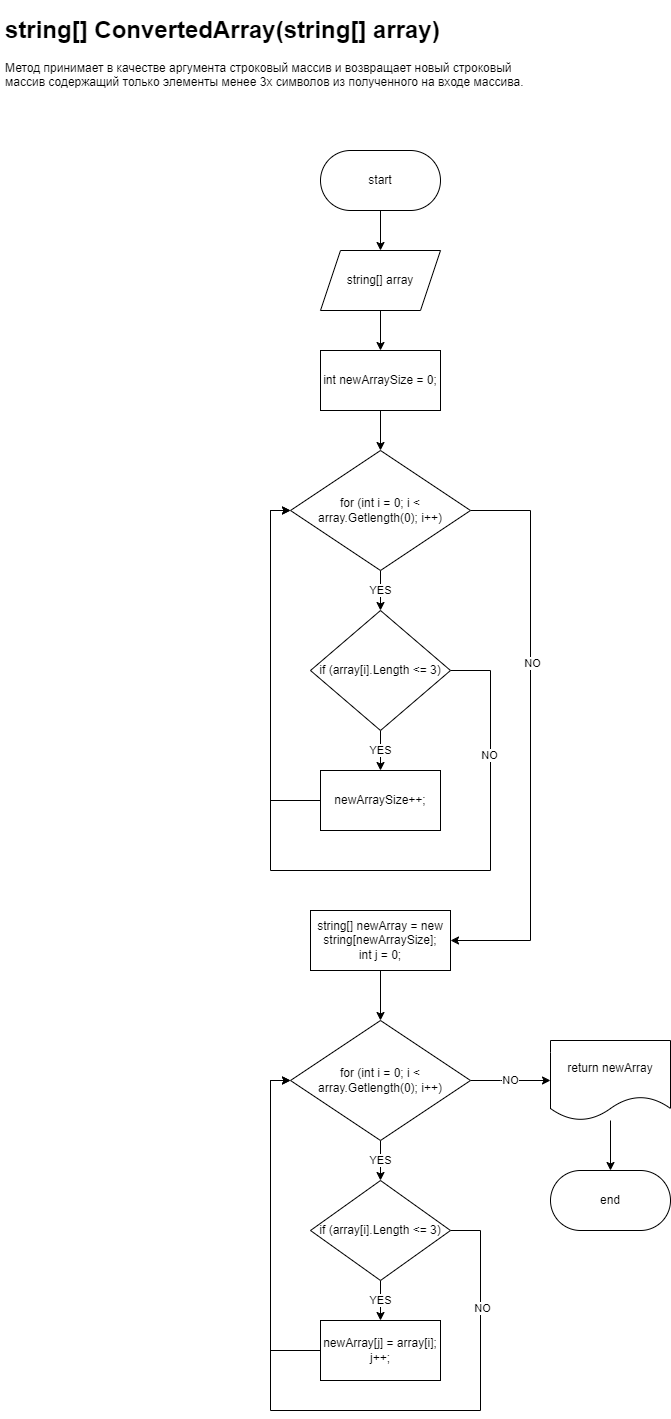
Before: Final Work.png, a diagram exported from draw.io (makifinn/FinalWork14.03). Source tidied: cells renumbered, new cells last; positions are measured from the earlier drawing's top-left corner, leaving out a move shared by most shapes. Its diagram source:
```xml
<mxGraphModel>
  <root>
    <mxCell id="0" />
    <mxCell id="1" parent="0" />
    <mxCell id="2" style="edgeStyle=orthogonalEdgeStyle;rounded=0;jettySize=auto;html=1;" parent="1" edge="1" source="3" target="5">
      <mxGeometry relative="1" as="geometry" />
    </mxCell>
    <mxCell id="3" value="start" style="rounded=1;whiteSpace=wrap;html=1;arcSize=50;" parent="1" vertex="1">
      <mxGeometry x="320" y="140" width="120" height="60" as="geometry" />
    </mxCell>
    <mxCell id="4" style="edgeStyle=orthogonalEdgeStyle;rounded=0;jettySize=auto;html=1;" parent="1" edge="1" source="5" target="7">
      <mxGeometry relative="1" as="geometry" />
    </mxCell>
    <mxCell id="5" value="string[] array" style="shape=parallelogram;perimeter=parallelogramPerimeter;whiteSpace=wrap;html=1;fixedSize=1;" parent="1" vertex="1">
      <mxGeometry x="320" y="240" width="120" height="60" as="geometry" />
    </mxCell>
    <mxCell id="6" style="edgeStyle=orthogonalEdgeStyle;rounded=0;jettySize=auto;html=1;" parent="1" edge="1" source="7" target="11">
      <mxGeometry relative="1" as="geometry" />
    </mxCell>
    <mxCell id="7" value="int newArraySize = 0;" style="rounded=0;whiteSpace=wrap;html=1;" parent="1" vertex="1">
      <mxGeometry x="320" y="340" width="120" height="60" as="geometry" />
    </mxCell>
    <mxCell id="8" value="YES" style="edgeStyle=orthogonalEdgeStyle;rounded=0;jettySize=auto;html=1;" parent="1" edge="1" source="11" target="15">
      <mxGeometry relative="1" as="geometry" />
    </mxCell>
    <mxCell id="9" style="edgeStyle=orthogonalEdgeStyle;rounded=0;jettySize=auto;html=1;entryX=1;entryY=0.5;entryDx=0;entryDy=0;" parent="1" edge="1" source="11" target="19">
      <mxGeometry relative="1" as="geometry">
        <Array as="points">
          <mxPoint x="530" y="500" />
          <mxPoint x="530" y="930" />
        </Array>
      </mxGeometry>
    </mxCell>
    <mxCell id="10" value="NO" style="edgeLabel;html=1;align=center;verticalAlign=middle;" parent="9" vertex="1">
      <mxGeometry x="-0.26" y="1" relative="1" as="geometry" />
    </mxCell>
    <mxCell id="11" value="for (int i = 0; i &amp;lt; array.Getlength(0); i++)" style="rhombus;whiteSpace=wrap;html=1;" parent="1" vertex="1">
      <mxGeometry x="290" y="440" width="180" height="120" as="geometry" />
    </mxCell>
    <mxCell id="12" value="YES" style="edgeStyle=orthogonalEdgeStyle;rounded=0;jettySize=auto;html=1;" parent="1" edge="1" source="15" target="17">
      <mxGeometry relative="1" as="geometry" />
    </mxCell>
    <mxCell id="13" style="edgeStyle=orthogonalEdgeStyle;rounded=0;jettySize=auto;html=1;entryX=0;entryY=0.5;entryDx=0;entryDy=0;" parent="1" edge="1" source="15" target="11">
      <mxGeometry relative="1" as="geometry">
        <Array as="points">
          <mxPoint x="490" y="660" />
          <mxPoint x="490" y="860" />
          <mxPoint x="270" y="860" />
          <mxPoint x="270" y="500" />
        </Array>
      </mxGeometry>
    </mxCell>
    <mxCell id="14" value="NO" style="edgeLabel;html=1;align=center;verticalAlign=middle;" parent="13" vertex="1">
      <mxGeometry x="-0.7" y="-2" relative="1" as="geometry" />
    </mxCell>
    <mxCell id="15" value="if (array[i].Length &amp;lt;= 3)" style="rhombus;whiteSpace=wrap;html=1;" parent="1" vertex="1">
      <mxGeometry x="310" y="600" width="140" height="120" as="geometry" />
    </mxCell>
    <mxCell id="16" style="edgeStyle=orthogonalEdgeStyle;rounded=0;jettySize=auto;html=1;entryX=0;entryY=0.5;entryDx=0;entryDy=0;" parent="1" edge="1" source="17" target="11">
      <mxGeometry relative="1" as="geometry">
        <Array as="points">
          <mxPoint x="270" y="790" />
          <mxPoint x="270" y="500" />
        </Array>
      </mxGeometry>
    </mxCell>
    <mxCell id="17" value="newArraySize++;" style="whiteSpace=wrap;html=1;" parent="1" vertex="1">
      <mxGeometry x="320" y="760" width="120" height="60" as="geometry" />
    </mxCell>
    <mxCell id="18" style="edgeStyle=orthogonalEdgeStyle;rounded=0;jettySize=auto;html=1;" parent="1" edge="1" source="19" target="22">
      <mxGeometry relative="1" as="geometry" />
    </mxCell>
    <mxCell id="19" value="string[] newArray = new string[newArraySize];&lt;br&gt;int j = 0;" style="rounded=0;whiteSpace=wrap;html=1;" parent="1" vertex="1">
      <mxGeometry x="310" y="900" width="140" height="60" as="geometry" />
    </mxCell>
    <mxCell id="20" value="YES" style="edgeStyle=orthogonalEdgeStyle;rounded=0;jettySize=auto;html=1;" parent="1" edge="1" source="22" target="26">
      <mxGeometry relative="1" as="geometry" />
    </mxCell>
    <mxCell id="21" value="NO" style="edgeStyle=orthogonalEdgeStyle;rounded=0;jettySize=auto;html=1;" parent="1" edge="1" source="22" target="30">
      <mxGeometry relative="1" as="geometry">
        <Array as="points">
          <mxPoint x="500" y="1070" />
          <mxPoint x="500" y="1070" />
        </Array>
      </mxGeometry>
    </mxCell>
    <mxCell id="22" value="for (int i = 0; i &amp;lt; array.Getlength(0); i++)" style="rhombus;whiteSpace=wrap;html=1;" parent="1" vertex="1">
      <mxGeometry x="290" y="1010" width="180" height="120" as="geometry" />
    </mxCell>
    <mxCell id="23" value="YES" style="edgeStyle=orthogonalEdgeStyle;rounded=0;jettySize=auto;html=1;" parent="1" edge="1" source="26" target="28">
      <mxGeometry relative="1" as="geometry" />
    </mxCell>
    <mxCell id="24" style="edgeStyle=orthogonalEdgeStyle;rounded=0;jettySize=auto;html=1;entryX=0;entryY=0.5;entryDx=0;entryDy=0;" parent="1" edge="1" source="26" target="22">
      <mxGeometry relative="1" as="geometry">
        <Array as="points">
          <mxPoint x="480" y="1220" />
          <mxPoint x="480" y="1400" />
          <mxPoint x="270" y="1400" />
          <mxPoint x="270" y="1070" />
        </Array>
      </mxGeometry>
    </mxCell>
    <mxCell id="25" value="NO" style="edgeLabel;html=1;align=center;verticalAlign=middle;" parent="24" vertex="1">
      <mxGeometry x="-0.72" y="1" relative="1" as="geometry" />
    </mxCell>
    <mxCell id="26" value="if (array[i].Length &amp;lt;= 3)" style="rhombus;whiteSpace=wrap;html=1;" parent="1" vertex="1">
      <mxGeometry x="310" y="1170" width="140" height="100" as="geometry" />
    </mxCell>
    <mxCell id="27" style="edgeStyle=orthogonalEdgeStyle;rounded=0;jettySize=auto;html=1;entryX=0;entryY=0.5;entryDx=0;entryDy=0;" parent="1" edge="1" source="28" target="22">
      <mxGeometry relative="1" as="geometry">
        <Array as="points">
          <mxPoint x="270" y="1340" />
          <mxPoint x="270" y="1070" />
        </Array>
      </mxGeometry>
    </mxCell>
    <mxCell id="28" value="newArray[j] = array[i];&lt;br&gt;j++;" style="rounded=0;whiteSpace=wrap;html=1;" parent="1" vertex="1">
      <mxGeometry x="320" y="1310" width="120" height="60" as="geometry" />
    </mxCell>
    <mxCell id="29" style="edgeStyle=orthogonalEdgeStyle;rounded=0;jettySize=auto;html=1;" parent="1" edge="1" source="30" target="31">
      <mxGeometry relative="1" as="geometry" />
    </mxCell>
    <mxCell id="30" value="return newArray" style="shape=document;whiteSpace=wrap;html=1;boundedLbl=1;" parent="1" vertex="1">
      <mxGeometry x="550" y="1030" width="120" height="80" as="geometry" />
    </mxCell>
    <mxCell id="31" value="end" style="rounded=1;whiteSpace=wrap;html=1;arcSize=50;" parent="1" vertex="1">
      <mxGeometry x="550" y="1160" width="120" height="60" as="geometry" />
    </mxCell>
    <mxCell id="32" value="&lt;h1&gt;string[] ConvertedArray(string[] array)&lt;br&gt;&lt;/h1&gt;&lt;div&gt;Метод принимает в качестве аргумента строковый массив и возвращает новый строковый массив содержащий только элементы менее 3х символов из полученного на входе массива.&lt;/div&gt;" style="text;html=1;strokeColor=none;fillColor=none;spacing=5;spacingTop=-20;whiteSpace=wrap;overflow=hidden;rounded=0;" parent="1" vertex="1">
      <mxGeometry width="540" height="120" as="geometry" />
    </mxCell>
  </root>
</mxGraphModel>
```
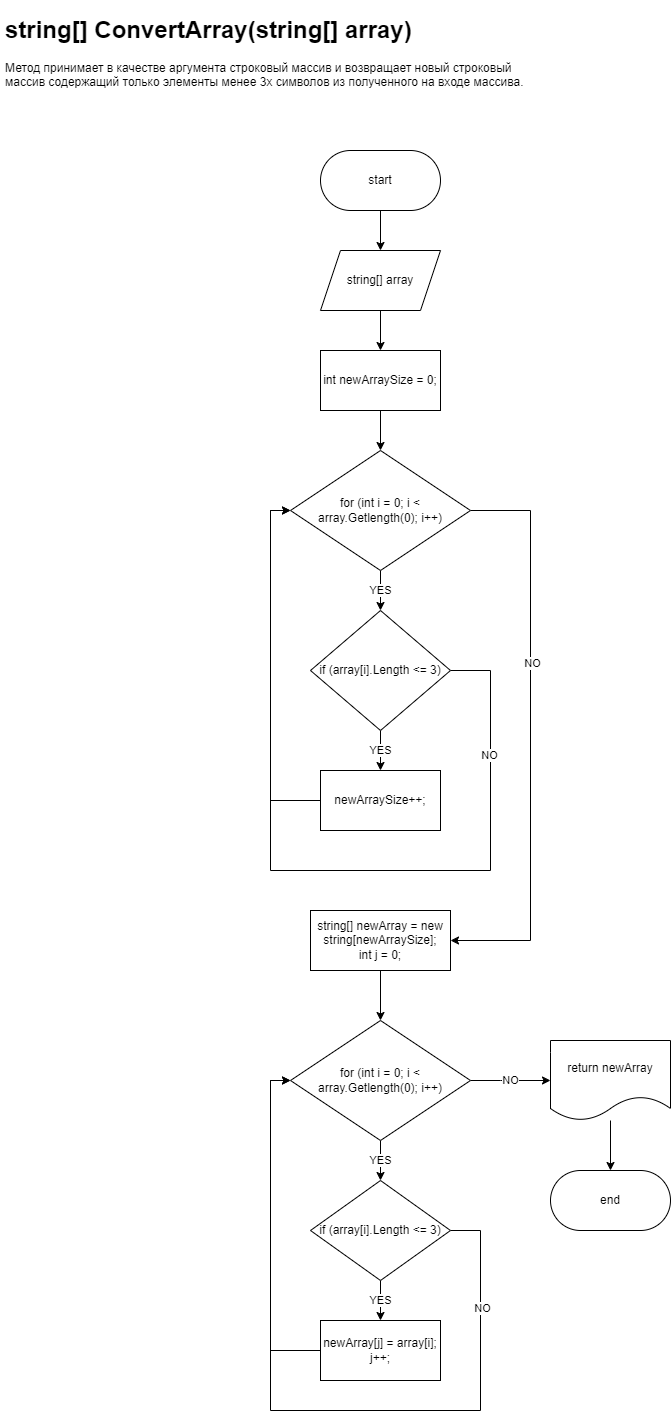
After the commit.

What changed in the source:
```diff
@@ -1,4 +1,4 @@
-<mxGraphModel>
+<mxGraphModel background="#FFFFFF">
   <root>
     <mxCell id="0" />
     <mxCell id="1" parent="0" />
@@ -126,7 +126,7 @@
     <mxCell id="31" value="end" style="rounded=1;whiteSpace=wrap;html=1;arcSize=50;" parent="1" vertex="1">
       <mxGeometry x="550" y="1160" width="120" height="60" as="geometry" />
     </mxCell>
-    <mxCell id="32" value="&lt;h1&gt;string[] ConvertedArray(string[] array)&lt;br&gt;&lt;/h1&gt;&lt;div&gt;Метод принимает в качестве аргумента строковый массив и возвращает новый строковый массив содержащий только элементы менее 3х символов из полученного на входе массива.&lt;/div&gt;" style="text;html=1;strokeColor=none;fillColor=none;spacing=5;spacingTop=-20;whiteSpace=wrap;overflow=hidden;rounded=0;" parent="1" vertex="1">
+    <mxCell id="32" value="&lt;h1&gt;string[] ConvertArray(string[] array)&lt;br&gt;&lt;/h1&gt;&lt;div&gt;Метод принимает в качестве аргумента строковый массив и возвращает новый строковый массив содержащий только элементы менее 3х символов из полученного на входе массива.&lt;/div&gt;" style="text;html=1;strokeColor=none;fillColor=none;spacing=5;spacingTop=-20;whiteSpace=wrap;overflow=hidden;rounded=0;" parent="1" vertex="1">
       <mxGeometry width="540" height="120" as="geometry" />
     </mxCell>
   </root>
```
